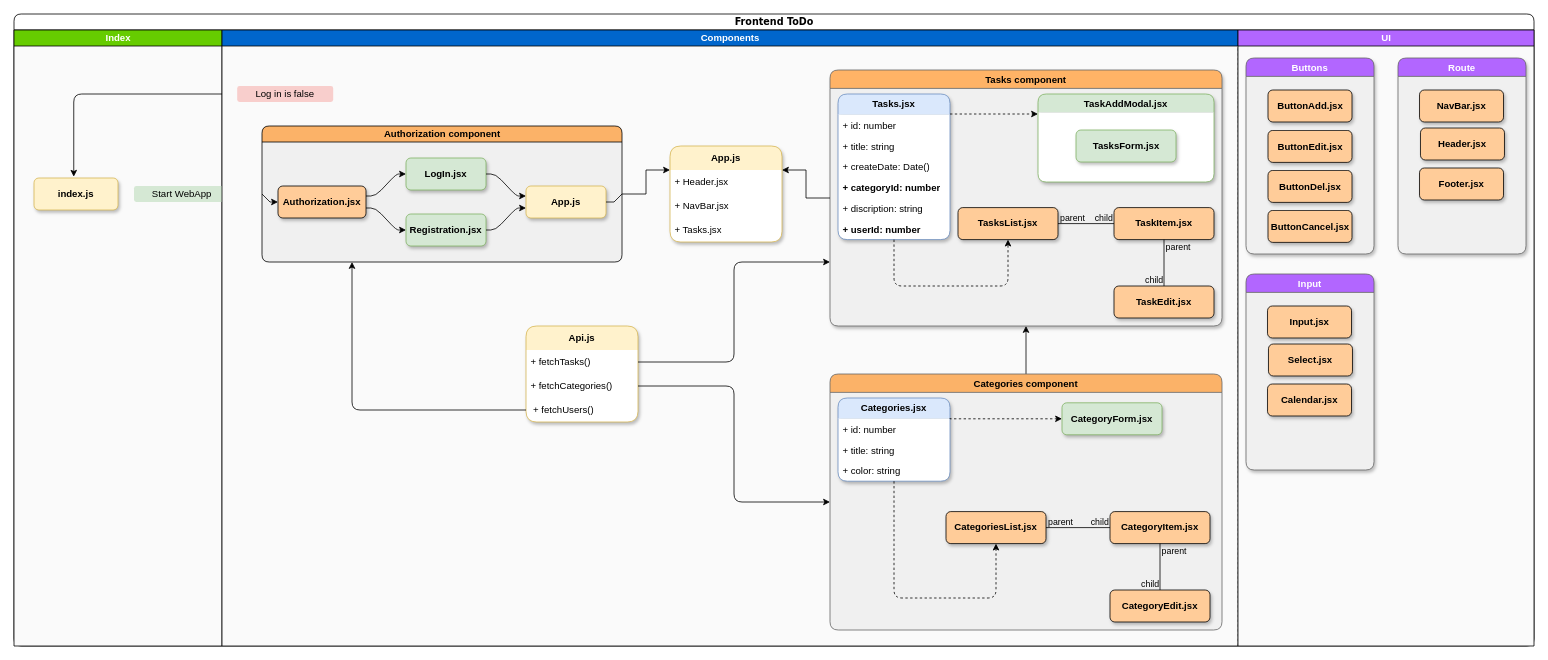
BesPredel63/todo_reactjs keeps this draw.io diagram as todo_reactjs.drawio. Above is the earlier version. Source tidied: cells renumbered, new cells numbered last; positions are measured from the earlier drawing's top-left corner, leaving out a move shared by most shapes. Both pictures are drawn from the tidied source at 80%, with x=0, y=0 at pixel (14, 14).
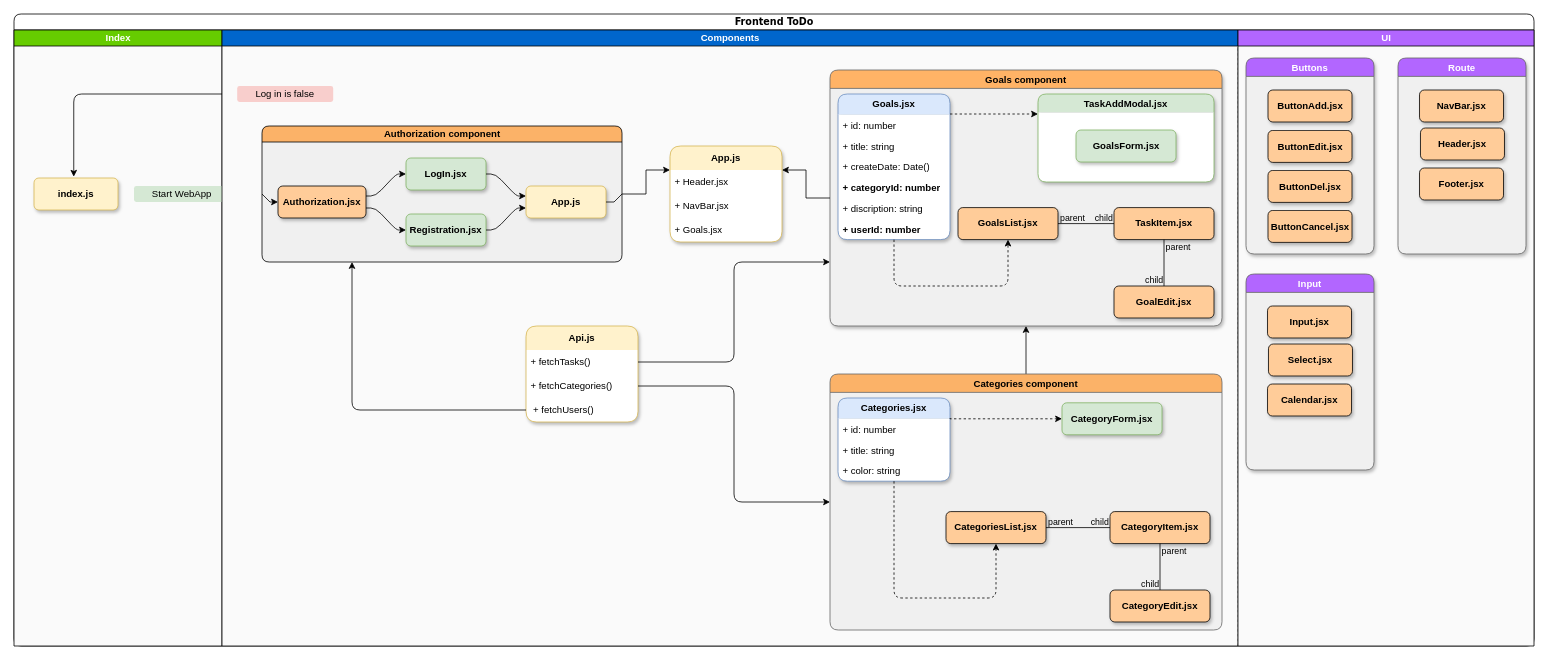
After the change.

Commit message (it also covers changes not shown here):
Рефакторинг Goals вместо Tasks

Unchanged cells that the change refers to:
```xml
<mxCell id="8" value="&lt;font&gt;Components&lt;/font&gt;" style="swimlane;html=1;startSize=20;overflow=visible;fillStyle=auto;separatorColor=#F5F5F5;gradientColor=none;swimlaneFillColor=#FAFAFA;fontColor=#FFFFFF;fillColor=#0066CC;rounded=0;strokeColor=default;" parent="2" vertex="1">
  <mxGeometry x="260" y="20" width="1270" height="770" as="geometry" />
</mxCell>
<mxCell id="21" value="TaskAddModal.jsx" style="swimlane;fillColor=#d5e8d4;strokeColor=#82b366;rounded=1;swimlaneFillColor=default;shadow=1;swimlaneLine=0;" parent="10" vertex="1">
  <mxGeometry x="260" y="30" width="220" height="110" as="geometry" />
</mxCell>
<mxCell id="81" value="App.js" style="swimlane;fontStyle=1;horizontal=1;startSize=30;whiteSpace=wrap;html=1;rounded=1;fillColor=#fff2cc;strokeColor=#d6b656;swimlaneLine=0;shadow=1;fillStyle=auto;swimlaneFillColor=default;" parent="1" vertex="1">
  <mxGeometry x="820" y="165" width="140" height="120" as="geometry" />
</mxCell>
```

Diff of the diagram source:
```diff
@@
-    <mxCell id="10" value="Tasks component" style="swimlane;rounded=1;fillColor=#FFB366;fontColor=#000000;strokeColor=#666666;fillStyle=solid;swimlaneFillColor=#F0F0F0;shadow=1;" parent="8" vertex="1">
+    <mxCell id="10" value="Goals component" style="swimlane;rounded=1;fillColor=#FFB366;fontColor=#000000;strokeColor=#666666;fillStyle=solid;swimlaneFillColor=#F0F0F0;shadow=1;" parent="8" vertex="1">
       <mxGeometry x="760" y="50" width="490" height="320" as="geometry" />
     </mxCell>
-    <mxCell id="11" value="TasksList.jsx" style="rounded=1;whiteSpace=wrap;html=1;fillColor=#FFCC99;fontStyle=1;shadow=1;" parent="10" vertex="1">
+    <mxCell id="11" value="GoalsList.jsx" style="rounded=1;whiteSpace=wrap;html=1;fillColor=#FFCC99;fontStyle=1;shadow=1;" parent="10" vertex="1">
       <mxGeometry x="160" y="172" width="125" height="40" as="geometry" />
     </mxCell>
@@
-    <mxCell id="13" value="Tasks.jsx" style="swimlane;fontStyle=1;horizontal=1;startSize=26;fillColor=#dae8fc;whiteSpace=wrap;html=1;strokeColor=#6c8ebf;rounded=1;swimlaneFillColor=default;labelBorderColor=none;swimlaneLine=0;shadow=1;glass=0;" parent="10" vertex="1">
+    <mxCell id="13" value="Goals.jsx" style="swimlane;fontStyle=1;horizontal=1;startSize=26;fillColor=#dae8fc;whiteSpace=wrap;html=1;strokeColor=#6c8ebf;rounded=1;swimlaneFillColor=default;labelBorderColor=none;swimlaneLine=0;shadow=1;glass=0;" parent="10" vertex="1">
       <mxGeometry x="10" y="30" width="140" height="182" as="geometry" />
     </mxCell>
@@
-    <mxCell id="22" value="TasksForm.jsx" style="rounded=1;whiteSpace=wrap;html=1;fillColor=#d5e8d4;strokeColor=#82b366;fontStyle=1;shadow=1;" parent="21" vertex="1">
+    <mxCell id="22" value="GoalsForm.jsx" style="rounded=1;whiteSpace=wrap;html=1;fillColor=#d5e8d4;strokeColor=#82b366;fontStyle=1;shadow=1;" parent="21" vertex="1">
       <mxGeometry x="47.5" y="45" width="125" height="40" as="geometry" />
     </mxCell>
-    <mxCell id="23" value="TaskEdit.jsx" style="rounded=1;whiteSpace=wrap;html=1;fillColor=#FFCC99;fontStyle=1;shadow=1;" parent="10" vertex="1">
+    <mxCell id="23" value="GoalEdit.jsx" style="rounded=1;whiteSpace=wrap;html=1;fillColor=#FFCC99;fontStyle=1;shadow=1;" parent="10" vertex="1">
       <mxGeometry x="355" y="270" width="125" height="40" as="geometry" />
     </mxCell>
@@
-    <mxCell id="84" value="+ Tasks.jsx" style="text;strokeColor=none;fillColor=none;align=left;verticalAlign=middle;spacingLeft=4;spacingRight=4;overflow=hidden;whiteSpace=wrap;html=1;" parent="81" vertex="1">
+    <mxCell id="84" value="+ Goals.jsx" style="text;strokeColor=none;fillColor=none;align=left;verticalAlign=middle;spacingLeft=4;spacingRight=4;overflow=hidden;whiteSpace=wrap;html=1;" parent="81" vertex="1">
       <mxGeometry y="90" width="140" height="30" as="geometry" />
     </mxCell>
```
